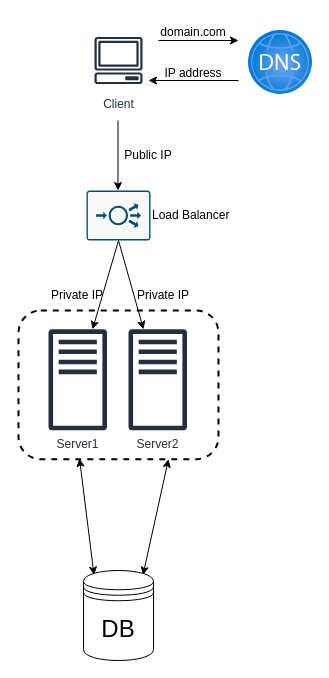
eidelbaev/system-design keeps this draw.io diagram as 03-load-balancer-several-servers.drawio. Above is the earlier version. Source tidied: cells renumbered, new cells numbered last; positions are measured from the earlier drawing's top-left corner, leaving out a move shared by most shapes. Both pictures are drawn from the tidied source at 100%, with x=0, y=0 at pixel (18, 17).
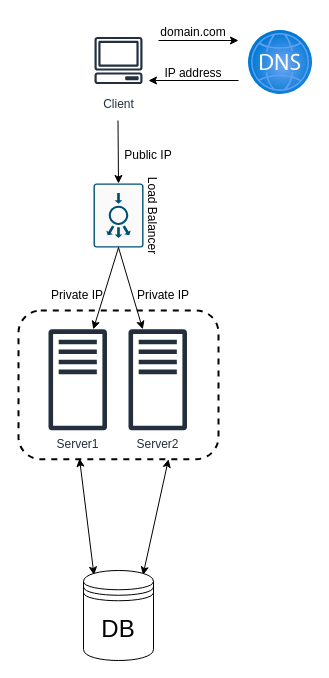
Above is the later version.

The change refers to these unchanged cells:
```xml
<mxCell id="11" value="Server1" style="sketch=0;outlineConnect=0;fontColor=#232F3E;gradientColor=none;fillColor=#232F3D;strokeColor=none;dashed=0;verticalLabelPosition=bottom;verticalAlign=top;align=center;html=1;fontSize=12;fontStyle=0;shape=mxgraph.aws4.traditional_server;strokeWidth=1;" parent="1" vertex="1">
  <mxGeometry x="30" y="311.7" width="58.5" height="101.3" as="geometry" />
</mxCell>
<mxCell id="12" value="Server2" style="sketch=0;outlineConnect=0;fontColor=#232F3E;gradientColor=none;fillColor=#232F3D;strokeColor=none;dashed=0;verticalLabelPosition=bottom;verticalAlign=top;align=center;html=1;fontSize=12;fontStyle=0;shape=mxgraph.aws4.traditional_server;strokeWidth=1;" parent="1" vertex="1">
  <mxGeometry x="110" y="311.7" width="58.5" height="101.3" as="geometry" />
</mxCell>
```

Change to the diagram source:
```diff
@@
-    <mxCell id="9" style="endArrow=classic;html=1;rounded=0;" parent="1" edge="1">
+    <mxCell id="9" style="endArrow=classic;html=1;rounded=0;entryX=0;entryY=0.5;entryDx=0;entryDy=0;entryPerimeter=0;" parent="1" edge="1" target="15">
       <mxGeometry relative="1" as="geometry">
         <mxPoint x="99.5" y="103" as="sourcePoint" />
-        <mxPoint x="99.5" y="173" as="targetPoint" />
       </mxGeometry>
     </mxCell>
@@
-    <mxCell id="15" value="Load Balancer" style="sketch=0;points=[[0.015,0.015,0],[0.985,0.015,0],[0.985,0.985,0],[0.015,0.985,0],[0.25,0,0],[0.5,0,0],[0.75,0,0],[1,0.25,0],[1,0.5,0],[1,0.75,0],[0.75,1,0],[0.5,1,0],[0.25,1,0],[0,0.75,0],[0,0.5,0],[0,0.25,0]];verticalLabelPosition=middle;html=1;verticalAlign=middle;align=left;shape=mxgraph.cisco19.rect;prIcon=load_balancer;fillColor=#FAFAFA;strokeColor=#005073;labelPosition=right;" parent="1" vertex="1">
+    <mxCell id="15" value="Load Balancer" style="sketch=0;points=[[0.015,0.015,0],[0.985,0.015,0],[0.985,0.985,0],[0.015,0.985,0],[0.25,0,0],[0.5,0,0],[0.75,0,0],[1,0.25,0],[1,0.5,0],[1,0.75,0],[0.75,1,0],[0.5,1,0],[0.25,1,0],[0,0.75,0],[0,0.5,0],[0,0.25,0]];verticalLabelPosition=top;html=1;verticalAlign=bottom;align=center;shape=mxgraph.cisco19.rect;prIcon=load_balancer;fillColor=#FAFAFA;strokeColor=#005073;labelPosition=center;rotation=90;textDirection=ltr;" parent="1" vertex="1">
       <mxGeometry x="68" y="173" width="64" height="50" as="geometry" />
     </mxCell>
-    <mxCell id="16" style="endArrow=classic;html=1;rounded=0;exitX=0.5;exitY=1;exitDx=0;exitDy=0;exitPerimeter=0;" parent="1" edge="1" source="15" target="11">
+    <mxCell id="16" style="endArrow=classic;html=1;rounded=0;exitX=1;exitY=0.5;exitDx=0;exitDy=0;exitPerimeter=0;" parent="1" edge="1" source="15" target="11">
       <mxGeometry relative="1" as="geometry" />
     </mxCell>
-    <mxCell id="17" style="endArrow=classic;html=1;rounded=0;exitX=0.5;exitY=1;exitDx=0;exitDy=0;exitPerimeter=0;" parent="1" edge="1" source="15" target="12">
+    <mxCell id="17" style="endArrow=classic;html=1;rounded=0;exitX=1;exitY=0.5;exitDx=0;exitDy=0;exitPerimeter=0;" parent="1" edge="1" source="15" target="12">
       <mxGeometry relative="1" as="geometry" />
     </mxCell>
```
